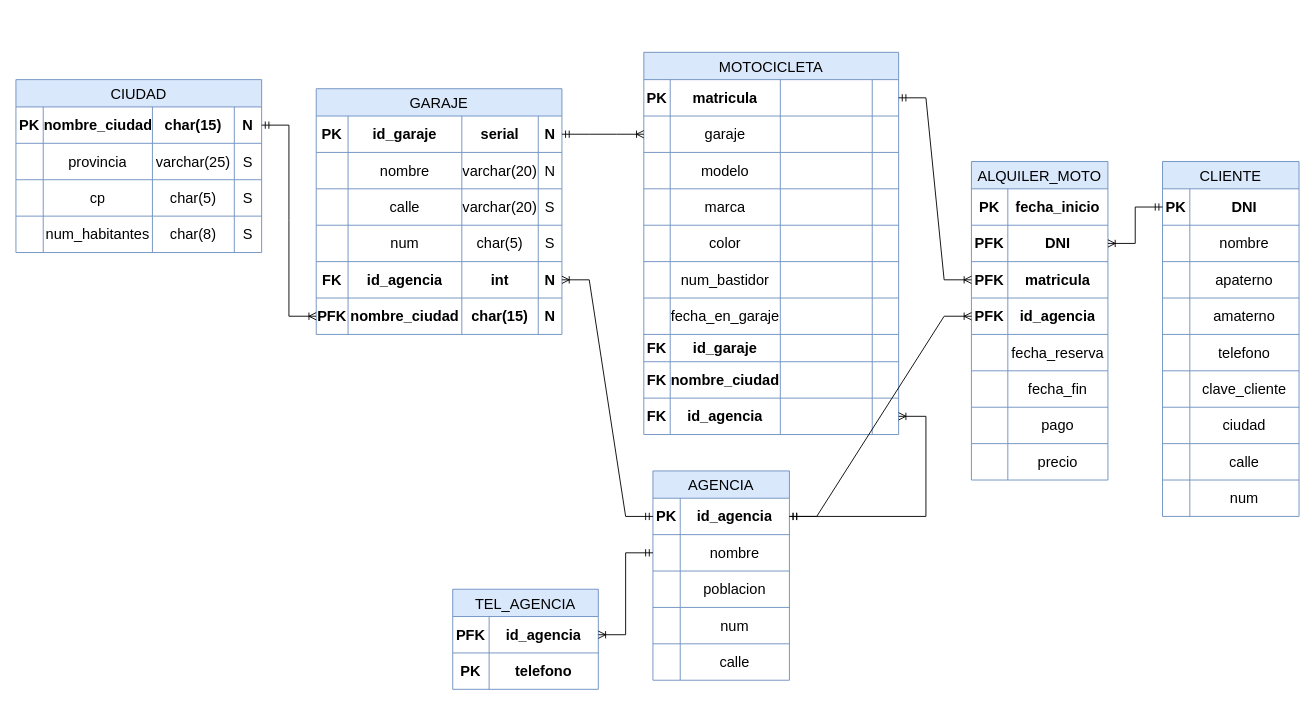
Before: Modelo Fisico Motocicletas TBD.drawio in misiomishi/itcj, a draw.io diagram. Source tidied: cells renumbered, new cells numbered last; positions are measured from the earlier drawing's top-left corner, leaving out a move shared by most shapes. Both pictures are drawn from the tidied source at 91%, with x=0, y=0 at pixel (15, 52).
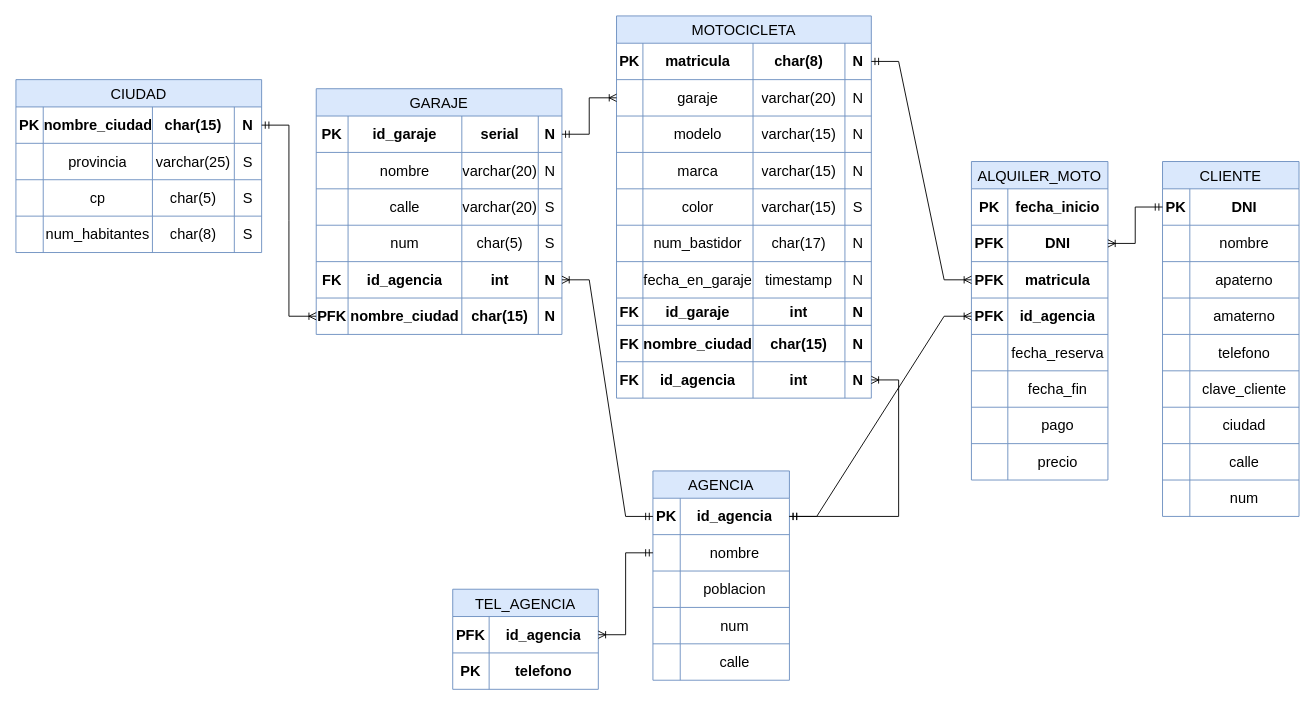
The same diagram, later.

The change refers to these unchanged cells:
```xml
<mxCell id="68" style="shape=tableRow;horizontal=0;startSize=0;swimlaneHead=0;swimlaneBody=0;strokeColor=inherit;top=0;left=0;bottom=0;right=0;fillColor=none;points=[[0,0.5],[1,0.5]];portConstraint=eastwest;fontSize=16;" parent="67" vertex="1">
  <mxGeometry y="30" width="280" height="40" as="geometry" />
</mxCell>
<mxCell id="73" style="shape=tableRow;horizontal=0;startSize=0;swimlaneHead=0;swimlaneBody=0;strokeColor=inherit;top=0;left=0;bottom=0;right=0;fillColor=none;points=[[0,0.5],[1,0.5]];portConstraint=eastwest;fontSize=16;" parent="67" vertex="1">
  <mxGeometry y="70" width="280" height="40" as="geometry" />
</mxCell>
<mxCell id="78" style="shape=tableRow;horizontal=0;startSize=0;swimlaneHead=0;swimlaneBody=0;strokeColor=inherit;top=0;left=0;bottom=0;right=0;fillColor=none;fontSize=16;" parent="67" vertex="1">
  <mxGeometry y="110" width="280" height="40" as="geometry" />
</mxCell>
<mxCell id="83" style="shape=tableRow;horizontal=0;startSize=0;swimlaneHead=0;swimlaneBody=0;strokeColor=inherit;top=0;left=0;bottom=0;right=0;fillColor=none;fontSize=16;" parent="67" vertex="1">
  <mxGeometry y="150" width="280" height="40" as="geometry" />
</mxCell>
<mxCell id="88" style="shape=tableRow;horizontal=0;startSize=0;swimlaneHead=0;swimlaneBody=0;strokeColor=inherit;top=0;left=0;bottom=0;right=0;fillColor=none;fontSize=16;" parent="67" vertex="1">
  <mxGeometry y="190" width="280" height="40" as="geometry" />
</mxCell>
<mxCell id="93" style="shape=tableRow;horizontal=0;startSize=0;swimlaneHead=0;swimlaneBody=0;strokeColor=inherit;top=0;left=0;bottom=0;right=0;fillColor=none;fontSize=16;" parent="67" vertex="1">
  <mxGeometry y="230" width="280" height="40" as="geometry" />
</mxCell>
<mxCell id="98" style="shape=tableRow;horizontal=0;startSize=0;swimlaneHead=0;swimlaneBody=0;strokeColor=inherit;top=0;left=0;bottom=0;right=0;fillColor=none;fontSize=16;" parent="67" vertex="1">
  <mxGeometry y="270" width="280" height="40" as="geometry" />
</mxCell>
<mxCell id="103" style="shape=tableRow;horizontal=0;startSize=0;swimlaneHead=0;swimlaneBody=0;strokeColor=inherit;top=0;left=0;bottom=0;right=0;fillColor=none;fontSize=16;fontStyle=1;" parent="67" vertex="1">
  <mxGeometry y="310" width="280" height="30" as="geometry" />
</mxCell>
<mxCell id="108" style="shape=tableRow;horizontal=0;startSize=0;swimlaneHead=0;swimlaneBody=0;strokeColor=inherit;top=0;left=0;bottom=0;right=0;fillColor=none;fontSize=16;fontStyle=1;" parent="67" vertex="1">
  <mxGeometry y="340" width="280" height="40" as="geometry" />
</mxCell>
<mxCell id="113" style="shape=tableRow;horizontal=0;startSize=0;swimlaneHead=0;swimlaneBody=0;strokeColor=inherit;top=0;left=0;bottom=0;right=0;fillColor=none;points=[[0,0.5],[1,0.5]];portConstraint=eastwest;fontSize=16;fontStyle=1;" parent="67" vertex="1">
  <mxGeometry y="380" width="280" height="40" as="geometry" />
</mxCell>
```

The edit, as a diff of the source:
```diff
@@
     <mxCell id="67" value="MOTOCICLETA" style="shape=table;startSize=30;childLayout=tableLayout;strokeColor=#6c8ebf;fontSize=16;fillColor=#dae8fc;" parent="1" vertex="1">
-      <mxGeometry x="690" width="280" height="420" as="geometry" />
+      <mxGeometry x="660" y="-40" width="280" height="420" as="geometry" />
     </mxCell>
@@
-    <mxCell id="71" style="shape=partialRectangle;html=1;whiteSpace=wrap;strokeColor=inherit;overflow=hidden;fillColor=none;top=0;left=0;bottom=0;right=0;fontSize=16;fontStyle=1;" parent="68" vertex="1">
+    <mxCell id="71" value="char(8)" style="shape=partialRectangle;html=1;whiteSpace=wrap;strokeColor=inherit;overflow=hidden;fillColor=none;top=0;left=0;bottom=0;right=0;fontSize=16;fontStyle=1;" parent="68" vertex="1">
       <mxGeometry x="150" width="101" height="40" as="geometry" />
     </mxCell>
-    <mxCell id="72" style="shape=partialRectangle;html=1;whiteSpace=wrap;strokeColor=inherit;overflow=hidden;fillColor=none;top=0;left=0;bottom=0;right=0;fontSize=16;fontStyle=1;" parent="68" vertex="1">
+    <mxCell id="72" value="N" style="shape=partialRectangle;html=1;whiteSpace=wrap;strokeColor=inherit;overflow=hidden;fillColor=none;top=0;left=0;bottom=0;right=0;fontSize=16;fontStyle=1;" parent="68" vertex="1">
       <mxGeometry x="251" width="29" height="40" as="geometry" />
     </mxCell>
@@
-    <mxCell id="76" style="shape=partialRectangle;html=1;whiteSpace=wrap;strokeColor=inherit;overflow=hidden;fillColor=none;top=0;left=0;bottom=0;right=0;fontSize=16;" parent="73" vertex="1">
+    <mxCell id="76" value="varchar(20)" style="shape=partialRectangle;html=1;whiteSpace=wrap;strokeColor=inherit;overflow=hidden;fillColor=none;top=0;left=0;bottom=0;right=0;fontSize=16;" parent="73" vertex="1">
       <mxGeometry x="150" width="101" height="40" as="geometry" />
     </mxCell>
-    <mxCell id="77" style="shape=partialRectangle;html=1;whiteSpace=wrap;strokeColor=inherit;overflow=hidden;fillColor=none;top=0;left=0;bottom=0;right=0;fontSize=16;" parent="73" vertex="1">
+    <mxCell id="77" value="N" style="shape=partialRectangle;html=1;whiteSpace=wrap;strokeColor=inherit;overflow=hidden;fillColor=none;top=0;left=0;bottom=0;right=0;fontSize=16;" parent="73" vertex="1">
       <mxGeometry x="251" width="29" height="40" as="geometry" />
     </mxCell>
@@
-    <mxCell id="81" style="shape=partialRectangle;html=1;whiteSpace=wrap;strokeColor=inherit;overflow=hidden;fillColor=none;top=0;left=0;bottom=0;right=0;fontSize=16;" parent="78" vertex="1">
+    <mxCell id="81" value="varchar(15)" style="shape=partialRectangle;html=1;whiteSpace=wrap;strokeColor=inherit;overflow=hidden;fillColor=none;top=0;left=0;bottom=0;right=0;fontSize=16;" parent="78" vertex="1">
       <mxGeometry x="150" width="101" height="40" as="geometry" />
     </mxCell>
-    <mxCell id="82" style="shape=partialRectangle;html=1;whiteSpace=wrap;strokeColor=inherit;overflow=hidden;fillColor=none;top=0;left=0;bottom=0;right=0;fontSize=16;" parent="78" vertex="1">
+    <mxCell id="82" value="N" style="shape=partialRectangle;html=1;whiteSpace=wrap;strokeColor=inherit;overflow=hidden;fillColor=none;top=0;left=0;bottom=0;right=0;fontSize=16;" parent="78" vertex="1">
       <mxGeometry x="251" width="29" height="40" as="geometry" />
     </mxCell>
@@
-    <mxCell id="86" style="shape=partialRectangle;html=1;whiteSpace=wrap;strokeColor=inherit;overflow=hidden;fillColor=none;top=0;left=0;bottom=0;right=0;fontSize=16;" parent="83" vertex="1">
+    <mxCell id="86" value="varchar(15)" style="shape=partialRectangle;html=1;whiteSpace=wrap;strokeColor=inherit;overflow=hidden;fillColor=none;top=0;left=0;bottom=0;right=0;fontSize=16;" parent="83" vertex="1">
       <mxGeometry x="150" width="101" height="40" as="geometry" />
     </mxCell>
-    <mxCell id="87" style="shape=partialRectangle;html=1;whiteSpace=wrap;strokeColor=inherit;overflow=hidden;fillColor=none;top=0;left=0;bottom=0;right=0;fontSize=16;" parent="83" vertex="1">
+    <mxCell id="87" value="N" style="shape=partialRectangle;html=1;whiteSpace=wrap;strokeColor=inherit;overflow=hidden;fillColor=none;top=0;left=0;bottom=0;right=0;fontSize=16;" parent="83" vertex="1">
       <mxGeometry x="251" width="29" height="40" as="geometry" />
     </mxCell>
@@
-    <mxCell id="91" style="shape=partialRectangle;html=1;whiteSpace=wrap;strokeColor=inherit;overflow=hidden;fillColor=none;top=0;left=0;bottom=0;right=0;fontSize=16;" parent="88" vertex="1">
+    <mxCell id="91" value="varchar(15)" style="shape=partialRectangle;html=1;whiteSpace=wrap;strokeColor=inherit;overflow=hidden;fillColor=none;top=0;left=0;bottom=0;right=0;fontSize=16;" parent="88" vertex="1">
       <mxGeometry x="150" width="101" height="40" as="geometry" />
     </mxCell>
-    <mxCell id="92" style="shape=partialRectangle;html=1;whiteSpace=wrap;strokeColor=inherit;overflow=hidden;fillColor=none;top=0;left=0;bottom=0;right=0;fontSize=16;" parent="88" vertex="1">
+    <mxCell id="92" value="S" style="shape=partialRectangle;html=1;whiteSpace=wrap;strokeColor=inherit;overflow=hidden;fillColor=none;top=0;left=0;bottom=0;right=0;fontSize=16;" parent="88" vertex="1">
       <mxGeometry x="251" width="29" height="40" as="geometry" />
     </mxCell>
@@
-    <mxCell id="96" style="shape=partialRectangle;html=1;whiteSpace=wrap;strokeColor=inherit;overflow=hidden;fillColor=none;top=0;left=0;bottom=0;right=0;fontSize=16;" parent="93" vertex="1">
+    <mxCell id="96" value="char(17)" style="shape=partialRectangle;html=1;whiteSpace=wrap;strokeColor=inherit;overflow=hidden;fillColor=none;top=0;left=0;bottom=0;right=0;fontSize=16;" parent="93" vertex="1">
       <mxGeometry x="150" width="101" height="40" as="geometry" />
     </mxCell>
-    <mxCell id="97" style="shape=partialRectangle;html=1;whiteSpace=wrap;strokeColor=inherit;overflow=hidden;fillColor=none;top=0;left=0;bottom=0;right=0;fontSize=16;" parent="93" vertex="1">
+    <mxCell id="97" value="N" style="shape=partialRectangle;html=1;whiteSpace=wrap;strokeColor=inherit;overflow=hidden;fillColor=none;top=0;left=0;bottom=0;right=0;fontSize=16;" parent="93" vertex="1">
       <mxGeometry x="251" width="29" height="40" as="geometry" />
     </mxCell>
@@
-    <mxCell id="101" style="shape=partialRectangle;html=1;whiteSpace=wrap;strokeColor=inherit;overflow=hidden;fillColor=none;top=0;left=0;bottom=0;right=0;fontSize=16;" parent="98" vertex="1">
+    <mxCell id="101" value="timestamp" style="shape=partialRectangle;html=1;whiteSpace=wrap;strokeColor=inherit;overflow=hidden;fillColor=none;top=0;left=0;bottom=0;right=0;fontSize=16;" parent="98" vertex="1">
       <mxGeometry x="150" width="101" height="40" as="geometry" />
     </mxCell>
-    <mxCell id="102" style="shape=partialRectangle;html=1;whiteSpace=wrap;strokeColor=inherit;overflow=hidden;fillColor=none;top=0;left=0;bottom=0;right=0;fontSize=16;" parent="98" vertex="1">
+    <mxCell id="102" value="N" style="shape=partialRectangle;html=1;whiteSpace=wrap;strokeColor=inherit;overflow=hidden;fillColor=none;top=0;left=0;bottom=0;right=0;fontSize=16;" parent="98" vertex="1">
       <mxGeometry x="251" width="29" height="40" as="geometry" />
     </mxCell>
@@
-    <mxCell id="106" style="shape=partialRectangle;html=1;whiteSpace=wrap;strokeColor=inherit;overflow=hidden;fillColor=none;top=0;left=0;bottom=0;right=0;fontSize=16;fontStyle=1;" parent="103" vertex="1">
+    <mxCell id="106" value="int" style="shape=partialRectangle;html=1;whiteSpace=wrap;strokeColor=inherit;overflow=hidden;fillColor=none;top=0;left=0;bottom=0;right=0;fontSize=16;fontStyle=1;" parent="103" vertex="1">
       <mxGeometry x="150" width="101" height="30" as="geometry" />
     </mxCell>
-    <mxCell id="107" style="shape=partialRectangle;html=1;whiteSpace=wrap;strokeColor=inherit;overflow=hidden;fillColor=none;top=0;left=0;bottom=0;right=0;fontSize=16;fontStyle=1;" parent="103" vertex="1">
+    <mxCell id="107" value="N" style="shape=partialRectangle;html=1;whiteSpace=wrap;strokeColor=inherit;overflow=hidden;fillColor=none;top=0;left=0;bottom=0;right=0;fontSize=16;fontStyle=1;" parent="103" vertex="1">
       <mxGeometry x="251" width="29" height="30" as="geometry" />
     </mxCell>
@@
-    <mxCell id="111" style="shape=partialRectangle;html=1;whiteSpace=wrap;strokeColor=inherit;overflow=hidden;fillColor=none;top=0;left=0;bottom=0;right=0;fontSize=16;fontStyle=1;" parent="108" vertex="1">
+    <mxCell id="111" value="char(15)" style="shape=partialRectangle;html=1;whiteSpace=wrap;strokeColor=inherit;overflow=hidden;fillColor=none;top=0;left=0;bottom=0;right=0;fontSize=16;fontStyle=1;" parent="108" vertex="1">
       <mxGeometry x="150" width="101" height="40" as="geometry" />
     </mxCell>
-    <mxCell id="112" style="shape=partialRectangle;html=1;whiteSpace=wrap;strokeColor=inherit;overflow=hidden;fillColor=none;top=0;left=0;bottom=0;right=0;fontSize=16;fontStyle=1;" parent="108" vertex="1">
+    <mxCell id="112" value="N" style="shape=partialRectangle;html=1;whiteSpace=wrap;strokeColor=inherit;overflow=hidden;fillColor=none;top=0;left=0;bottom=0;right=0;fontSize=16;fontStyle=1;" parent="108" vertex="1">
       <mxGeometry x="251" width="29" height="40" as="geometry" />
     </mxCell>
@@
-    <mxCell id="116" style="shape=partialRectangle;html=1;whiteSpace=wrap;strokeColor=inherit;overflow=hidden;fillColor=none;top=0;left=0;bottom=0;right=0;fontSize=16;fontStyle=1;" parent="113" vertex="1">
+    <mxCell id="116" value="int" style="shape=partialRectangle;html=1;whiteSpace=wrap;strokeColor=inherit;overflow=hidden;fillColor=none;top=0;left=0;bottom=0;right=0;fontSize=16;fontStyle=1;" parent="113" vertex="1">
       <mxGeometry x="150" width="101" height="40" as="geometry" />
     </mxCell>
-    <mxCell id="117" style="shape=partialRectangle;html=1;whiteSpace=wrap;strokeColor=inherit;overflow=hidden;fillColor=none;top=0;left=0;bottom=0;right=0;fontSize=16;fontStyle=1;" parent="113" vertex="1">
+    <mxCell id="117" value="N" style="shape=partialRectangle;html=1;whiteSpace=wrap;strokeColor=inherit;overflow=hidden;fillColor=none;top=0;left=0;bottom=0;right=0;fontSize=16;fontStyle=1;" parent="113" vertex="1">
       <mxGeometry x="251" width="29" height="40" as="geometry" />
     </mxCell>
```
